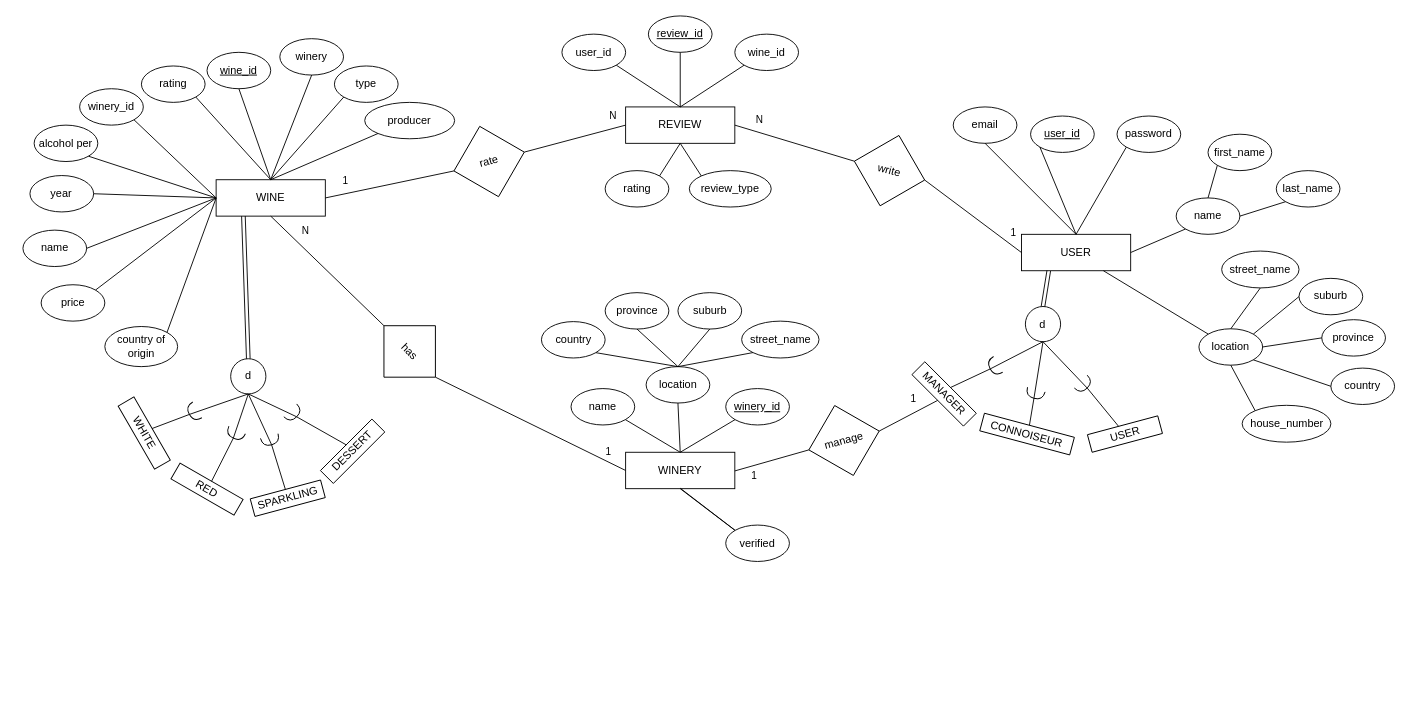
GeekGurusUnion/221-PA5 keeps this draw.io diagram as documents/Task2(EER).drawio. Above is the earlier version. Source tidied: cells renumbered, new cells numbered last; positions are measured from the earlier drawing's top-left corner, leaving out a move shared by most shapes. Both pictures are drawn from the tidied source at 91%, with x=0, y=0 at pixel (23, 15).
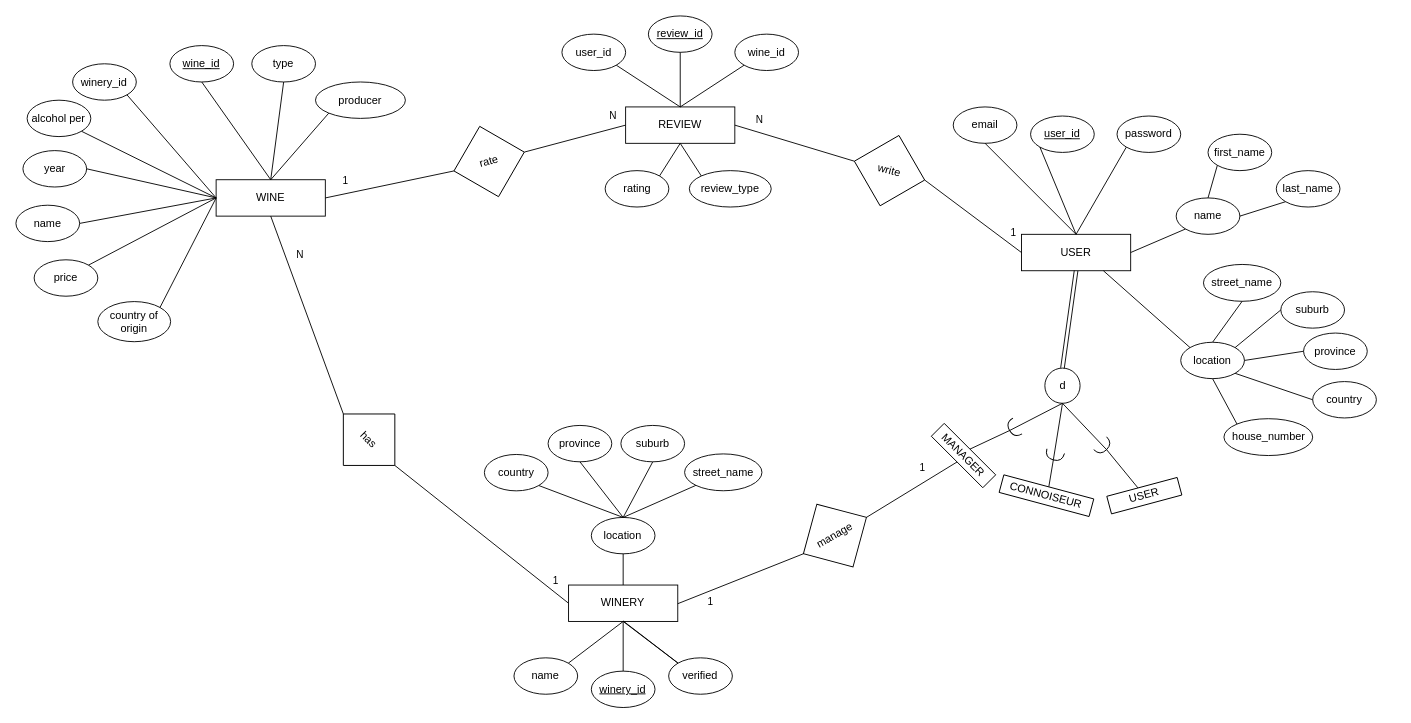
The same diagram, later.

The change refers to these unchanged cells:
```xml
<mxCell id="2" value="WINE" style="rounded=0;whiteSpace=wrap;html=1;" parent="1" vertex="1">
  <mxGeometry x="212" y="180" width="120" height="40" as="geometry" />
</mxCell>
<mxCell id="11" value="USER" style="rounded=0;whiteSpace=wrap;html=1;" parent="1" vertex="1">
  <mxGeometry x="1097" y="240" width="120" height="40" as="geometry" />
</mxCell>
```

Change to the diagram source:
```diff
@@
     <mxCell id="3" value="&lt;u&gt;wine_id&lt;/u&gt;" style="ellipse;whiteSpace=wrap;html=1;" parent="1" vertex="1">
-      <mxGeometry x="202" y="40" width="70" height="40" as="geometry" />
+      <mxGeometry x="161.2" y="32.6" width="70" height="40" as="geometry" />
     </mxCell>
@@
     <mxCell id="5" value="type" style="ellipse;whiteSpace=wrap;html=1;" parent="1" vertex="1">
-      <mxGeometry x="342" y="55" width="70" height="40" as="geometry" />
+      <mxGeometry x="251.2" y="32.6" width="70" height="40" as="geometry" />
     </mxCell>
-    <mxCell id="6" style="endArrow=none;html=1;rounded=0;entryX=0;entryY=1;entryDx=0;entryDy=0;exitX=0.5;exitY=0;exitDx=0;exitDy=0;" parent="1" edge="1" source="2" target="5">
+    <mxCell id="6" style="endArrow=none;html=1;rounded=0;entryX=0.5;entryY=1;entryDx=0;entryDy=0;exitX=0.5;exitY=0;exitDx=0;exitDy=0;" parent="1" edge="1" source="2" target="5">
       <mxGeometry relative="1" as="geometry" />
     </mxCell>
     <mxCell id="7" value="name" style="ellipse;whiteSpace=wrap;html=1;" parent="1" vertex="1">
-      <mxGeometry x="-0.3" y="235.4" width="70" height="40" as="geometry" />
+      <mxGeometry x="-8" y="208" width="70" height="40" as="geometry" />
     </mxCell>
@@
-    <mxCell id="9" value="rating" style="ellipse;whiteSpace=wrap;html=1;" parent="1" vertex="1">
-      <mxGeometry x="129.9" y="55" width="70" height="40" as="geometry" />
-    </mxCell>
-    <mxCell id="10" style="endArrow=none;html=1;rounded=0;entryX=1;entryY=1;entryDx=0;entryDy=0;exitX=0.5;exitY=0;exitDx=0;exitDy=0;" parent="1" edge="1" source="2" target="9">
-      <mxGeometry relative="1" as="geometry" />
-    </mxCell>
@@
     <mxCell id="22" value="has" style="rhombus;whiteSpace=wrap;html=1;rotation=45;" parent="1" vertex="1">
-      <mxGeometry x="384.7" y="328.7" width="80" height="80" as="geometry" />
+      <mxGeometry x="340.1" y="425.7" width="80" height="80" as="geometry" />
     </mxCell>
@@
     <mxCell id="25" value="WINERY" style="rounded=0;whiteSpace=wrap;html=1;" parent="1" vertex="1">
-      <mxGeometry x="662" y="479.5" width="120" height="40" as="geometry" />
+      <mxGeometry x="599.3" y="625.4" width="120" height="40" as="geometry" />
     </mxCell>
     <mxCell id="26" value="&lt;u&gt;winery_id&lt;/u&gt;" style="ellipse;whiteSpace=wrap;html=1;" parent="1" vertex="1">
-      <mxGeometry x="772" y="409.5" width="70" height="40" as="geometry" />
+      <mxGeometry x="624.3" y="720" width="70" height="40" as="geometry" />
     </mxCell>
-    <mxCell id="27" style="endArrow=none;html=1;rounded=0;exitX=0.5;exitY=0;exitDx=0;exitDy=0;entryX=0;entryY=1;entryDx=0;entryDy=0;" parent="1" edge="1" source="25" target="26">
+    <mxCell id="27" style="endArrow=none;html=1;rounded=0;exitX=0.5;exitY=1;exitDx=0;exitDy=0;entryX=0.5;entryY=0;entryDx=0;entryDy=0;" parent="1" edge="1" source="25" target="26">
       <mxGeometry relative="1" as="geometry" />
     </mxCell>
     <mxCell id="28" value="location" style="ellipse;whiteSpace=wrap;html=1;" parent="1" vertex="1">
-      <mxGeometry x="684.5" y="385.4" width="70" height="40" as="geometry" />
+      <mxGeometry x="624.3" y="551.1" width="70" height="40" as="geometry" />
     </mxCell>
@@
     <mxCell id="30" value="verified" style="ellipse;whiteSpace=wrap;html=1;" parent="1" vertex="1">
-      <mxGeometry x="772" y="559.5" width="70" height="40" as="geometry" />
+      <mxGeometry x="709.3" y="705.4" width="70" height="40" as="geometry" />
     </mxCell>
     <mxCell id="31" value="name" style="ellipse;whiteSpace=wrap;html=1;" parent="1" vertex="1">
-      <mxGeometry x="602" y="409.5" width="70" height="40" as="geometry" />
+      <mxGeometry x="539.3" y="705.4" width="70" height="40" as="geometry" />
     </mxCell>
-    <mxCell id="32" style="endArrow=none;html=1;rounded=0;entryX=1;entryY=1;entryDx=0;entryDy=0;exitX=0.5;exitY=0;exitDx=0;exitDy=0;" parent="1" edge="1" source="25" target="31">
+    <mxCell id="32" style="endArrow=none;html=1;rounded=0;entryX=1;entryY=0;entryDx=0;entryDy=0;exitX=0.5;exitY=1;exitDx=0;exitDy=0;" parent="1" edge="1" source="25" target="31">
       <mxGeometry relative="1" as="geometry" />
     </mxCell>
@@
-    <mxCell id="49" value="WHITE" style="rounded=0;whiteSpace=wrap;html=1;rotation=60;" parent="1" vertex="1">
-      <mxGeometry x="93" y="448.4" width="80" height="20" as="geometry" />
-    </mxCell>
-    <mxCell id="50" value="RED" style="rounded=0;whiteSpace=wrap;html=1;rotation=30;" parent="1" vertex="1">
-      <mxGeometry x="162" y="510" width="80" height="20" as="geometry" />
-    </mxCell>
-    <mxCell id="51" value="SPARKLING" style="rounded=0;whiteSpace=wrap;html=1;rotation=-15;" parent="1" vertex="1">
-      <mxGeometry x="250.7" y="520" width="80" height="20" as="geometry" />
-    </mxCell>
     <mxCell id="52" value="year" style="ellipse;whiteSpace=wrap;html=1;" parent="1" vertex="1">
-      <mxGeometry x="7.4" y="175.4" width="70" height="40" as="geometry" />
+      <mxGeometry x="-0.3" y="148" width="70" height="40" as="geometry" />
     </mxCell>
@@
     <mxCell id="54" value="location" style="ellipse;whiteSpace=wrap;html=1;" parent="1" vertex="1">
-      <mxGeometry x="1292" y="343.8" width="70" height="40" as="geometry" />
+      <mxGeometry x="1272" y="358.6" width="70" height="40" as="geometry" />
     </mxCell>
@@
     <mxCell id="56" value="street_name" style="ellipse;whiteSpace=wrap;html=1;" parent="1" vertex="1">
-      <mxGeometry x="1317" y="258.4" width="85" height="40.5" as="geometry" />
+      <mxGeometry x="1297" y="273.1" width="85" height="40.5" as="geometry" />
     </mxCell>
@@
     <mxCell id="58" value="suburb" style="ellipse;whiteSpace=wrap;html=1;" parent="1" vertex="1">
-      <mxGeometry x="1402" y="288.4" width="70" height="40" as="geometry" />
+      <mxGeometry x="1382" y="303.1" width="70" height="40" as="geometry" />
     </mxCell>
@@
     <mxCell id="60" value="province" style="ellipse;whiteSpace=wrap;html=1;" parent="1" vertex="1">
-      <mxGeometry x="1427" y="333.8" width="70" height="40" as="geometry" />
+      <mxGeometry x="1407" y="348.5" width="70" height="40" as="geometry" />
     </mxCell>
     <mxCell id="61" value="country" style="ellipse;whiteSpace=wrap;html=1;" parent="1" vertex="1">
-      <mxGeometry x="1437" y="387" width="70" height="40" as="geometry" />
+      <mxGeometry x="1417" y="401.8" width="70" height="40" as="geometry" />
     </mxCell>
@@
     <mxCell id="64" value="street_name" style="ellipse;whiteSpace=wrap;html=1;" parent="1" vertex="1">
-      <mxGeometry x="789.5" y="335.4" width="85" height="40.5" as="geometry" />
+      <mxGeometry x="726.8" y="481.3" width="85" height="40.5" as="geometry" />
     </mxCell>
     <mxCell id="65" value="suburb" style="ellipse;whiteSpace=wrap;html=1;" parent="1" vertex="1">
-      <mxGeometry x="719.5" y="304.1" width="70" height="40" as="geometry" />
+      <mxGeometry x="656.8" y="450" width="70" height="40" as="geometry" />
     </mxCell>
     <mxCell id="66" value="province" style="ellipse;whiteSpace=wrap;html=1;" parent="1" vertex="1">
-      <mxGeometry x="639.5" y="304.1" width="70" height="40" as="geometry" />
+      <mxGeometry x="576.8" y="450" width="70" height="40" as="geometry" />
     </mxCell>
     <mxCell id="67" value="country" style="ellipse;whiteSpace=wrap;html=1;" parent="1" vertex="1">
-      <mxGeometry x="569.5" y="335.9" width="70" height="40" as="geometry" />
+      <mxGeometry x="506.8" y="481.9" width="70" height="40" as="geometry" />
     </mxCell>
@@
     <mxCell id="72" value="house_number" style="ellipse;whiteSpace=wrap;html=1;" parent="1" vertex="1">
-      <mxGeometry x="1339.5" y="427.9" width="97.5" height="40.5" as="geometry" />
+      <mxGeometry x="1319.5" y="442.6" width="97.5" height="40.5" as="geometry" />
     </mxCell>
@@
     <mxCell id="74" value="producer" style="ellipse;whiteSpace=wrap;html=1;" parent="1" vertex="1">
-      <mxGeometry x="375.3" y="95" width="98.8" height="40" as="geometry" />
+      <mxGeometry x="321.2" y="72.6" width="98.8" height="40" as="geometry" />
     </mxCell>
@@
     <mxCell id="76" value="country of origin" style="ellipse;whiteSpace=wrap;html=1;" parent="1" vertex="1">
-      <mxGeometry x="89.7" y="341.3" width="80" height="44.1" as="geometry" />
+      <mxGeometry x="82" y="313.9" width="80" height="44.1" as="geometry" />
     </mxCell>
@@
     <mxCell id="78" value="price" style="ellipse;whiteSpace=wrap;html=1;" parent="1" vertex="1">
-      <mxGeometry x="19.7" y="295.4" width="70" height="40" as="geometry" />
+      <mxGeometry x="12" y="268" width="70" height="40" as="geometry" />
     </mxCell>
@@
     <mxCell id="80" value="alcohol per" style="ellipse;whiteSpace=wrap;html=1;" parent="1" vertex="1">
-      <mxGeometry x="12" y="120" width="70" height="40" as="geometry" />
+      <mxGeometry x="4.3" y="92.6" width="70" height="40" as="geometry" />
     </mxCell>
@@
-    <mxCell id="82" value="DESSERT" style="rounded=0;whiteSpace=wrap;html=1;rotation=-45;" parent="1" vertex="1">
-      <mxGeometry x="322" y="468.4" width="80" height="20" as="geometry" />
-    </mxCell>
@@
     <mxCell id="86" value="CONNOISEUR" style="rounded=0;whiteSpace=wrap;html=1;rotation=15;" parent="1" vertex="1">
-      <mxGeometry x="1052" y="449.5" width="102.3" height="20" as="geometry" />
+      <mxGeometry x="1073.3" y="517.2" width="102.3" height="20" as="geometry" />
     </mxCell>
     <mxCell id="87" value="MANAGER" style="rounded=0;whiteSpace=wrap;html=1;rotation=45;" parent="1" vertex="1">
-      <mxGeometry x="972" y="405.4" width="80" height="20" as="geometry" />
+      <mxGeometry x="993.3" y="473.1" width="80" height="20" as="geometry" />
     </mxCell>
     <mxCell id="88" value="USER" style="rounded=0;whiteSpace=wrap;html=1;rotation=-15;" parent="1" vertex="1">
-      <mxGeometry x="1170.7" y="449.5" width="80" height="20" as="geometry" />
+      <mxGeometry x="1192" y="517.2" width="80" height="20" as="geometry" />
     </mxCell>
     <mxCell id="89" style="endArrow=none;html=1;rounded=0;entryX=0;entryY=0;entryDx=0;entryDy=0;exitX=0.5;exitY=1;exitDx=0;exitDy=0;" parent="1" edge="1">
       <mxGeometry relative="1" as="geometry">
-        <mxPoint x="722" y="519" as="sourcePoint" />
-        <mxPoint x="782" y="565" as="targetPoint" />
+        <mxPoint x="659.3" y="664.9" as="sourcePoint" />
+        <mxPoint x="719.3" y="710.9" as="targetPoint" />
       </mxGeometry>
     </mxCell>
@@
     <mxCell id="94" value="d" style="ellipse;whiteSpace=wrap;html=1;" parent="1" vertex="1">
-      <mxGeometry x="1101.3" y="319.3" width="38.7" height="38.7" as="geometry" />
+      <mxGeometry x="1122.7" y="387" width="38.7" height="38.7" as="geometry" />
     </mxCell>
     <mxCell id="95" style="shape=requiredInterface;html=1;verticalLabelPosition=bottom;sketch=0;rotation=45;" parent="1" vertex="1">
-      <mxGeometry x="1160.7" y="395.4" width="10" height="20" as="geometry" />
+      <mxGeometry x="1182" y="463.1" width="10" height="20" as="geometry" />
     </mxCell>
@@
     <mxCell id="97" style="shape=requiredInterface;html=1;verticalLabelPosition=bottom;sketch=0;rotation=105;" parent="1" vertex="1">
-      <mxGeometry x="1107" y="405.4" width="10" height="20" as="geometry" />
+      <mxGeometry x="1128.3" y="473.1" width="10" height="20" as="geometry" />
     </mxCell>
@@
     <mxCell id="99" style="shape=requiredInterface;html=1;verticalLabelPosition=bottom;sketch=0;rotation=-210;" parent="1" vertex="1">
-      <mxGeometry x="1062" y="375.4" width="10" height="20" as="geometry" />
+      <mxGeometry x="1083.3" y="443.1" width="10" height="20" as="geometry" />
     </mxCell>
@@
-    <mxCell id="101" style="shape=link;html=1;rounded=0;exitX=0.25;exitY=1;exitDx=0;exitDy=0;entryX=0.5;entryY=0;entryDx=0;entryDy=0;" parent="1" edge="1" source="11" target="94">
+    <mxCell id="101" style="shape=link;html=1;rounded=0;exitX=0.5;exitY=1;exitDx=0;exitDy=0;entryX=0.5;entryY=0;entryDx=0;entryDy=0;" parent="1" edge="1" source="11" target="94">
       <mxGeometry relative="1" as="geometry" />
     </mxCell>
@@
-    <mxCell id="103" value="manage" style="rhombus;whiteSpace=wrap;html=1;rotation=-15;" parent="1" vertex="1">
-      <mxGeometry x="862" y="426.8" width="80" height="79.5" as="geometry" />
+    <mxCell id="103" value="manage" style="rhombus;whiteSpace=wrap;html=1;rotation=-30;" parent="1" vertex="1">
+      <mxGeometry x="852" y="531.3" width="80" height="79.5" as="geometry" />
     </mxCell>
     <mxCell id="104" value="1" style="endArrow=none;html=1;rounded=0;entryX=0;entryY=0.5;entryDx=0;entryDy=0;" parent="1" edge="1" target="103">
       <mxGeometry x="-0.54" y="-11" relative="1" as="geometry">
-        <mxPoint x="782" y="500" as="sourcePoint" />
+        <mxPoint x="719.3" y="645.9" as="sourcePoint" />
       </mxGeometry>
     </mxCell>
     <mxCell id="105" value="winery_id" style="ellipse;whiteSpace=wrap;html=1;" parent="1" vertex="1">
-      <mxGeometry x="62" y="80" width="70" height="40" as="geometry" />
+      <mxGeometry x="54.3" y="52.6" width="70" height="40" as="geometry" />
     </mxCell>
@@
-    <mxCell id="107" value="winery" style="ellipse;whiteSpace=wrap;html=1;" parent="1" vertex="1">
-      <mxGeometry x="282" y="25" width="70" height="40" as="geometry" />
-    </mxCell>
-    <mxCell id="108" style="endArrow=none;html=1;rounded=0;entryX=0.5;entryY=1;entryDx=0;entryDy=0;exitX=0.5;exitY=0;exitDx=0;exitDy=0;" parent="1" edge="1" source="2" target="107">
-      <mxGeometry relative="1" as="geometry" />
-    </mxCell>
-    <mxCell id="109" style="endArrow=none;html=1;rounded=0;exitX=1;exitY=0.5;exitDx=0;exitDy=0;entryX=0.5;entryY=0;entryDx=0;entryDy=0;exitPerimeter=0;" parent="1" edge="1" source="117" target="49">
-      <mxGeometry relative="1" as="geometry" />
-    </mxCell>
-    <mxCell id="110" style="endArrow=none;html=1;rounded=0;entryX=0.5;entryY=0;entryDx=0;entryDy=0;exitX=1;exitY=0.5;exitDx=0;exitDy=0;exitPerimeter=0;" parent="1" edge="1" source="115" target="51">
-      <mxGeometry relative="1" as="geometry" />
-    </mxCell>
-    <mxCell id="111" style="endArrow=none;html=1;rounded=0;exitX=0.5;exitY=1;exitDx=0;exitDy=0;entryX=1;entryY=0.5;entryDx=0;entryDy=0;entryPerimeter=0;" parent="1" edge="1" source="112" target="113">
-      <mxGeometry relative="1" as="geometry" />
-    </mxCell>
-    <mxCell id="112" value="d" style="ellipse;whiteSpace=wrap;html=1;" parent="1" vertex="1">
-      <mxGeometry x="228" y="376.7" width="38.7" height="38.7" as="geometry" />
-    </mxCell>
-    <mxCell id="113" style="shape=requiredInterface;html=1;verticalLabelPosition=bottom;sketch=0;rotation=45;" parent="1" vertex="1">
-      <mxGeometry x="292" y="427" width="10" height="20" as="geometry" />
-    </mxCell>
-    <mxCell id="114" style="endArrow=none;html=1;rounded=0;entryX=1;entryY=0.5;entryDx=0;entryDy=0;exitX=0.5;exitY=1;exitDx=0;exitDy=0;entryPerimeter=0;" parent="1" edge="1" source="112" target="115">
-      <mxGeometry relative="1" as="geometry" />
-    </mxCell>
-    <mxCell id="115" style="shape=requiredInterface;html=1;verticalLabelPosition=bottom;sketch=0;rotation=75;" parent="1" vertex="1">
-      <mxGeometry x="266.7" y="456.5" width="10" height="20" as="geometry" />
-    </mxCell>
-    <mxCell id="116" style="endArrow=none;html=1;rounded=0;exitX=0.5;exitY=1;exitDx=0;exitDy=0;entryX=1;entryY=0.5;entryDx=0;entryDy=0;entryPerimeter=0;" parent="1" edge="1" source="112" target="117">
-      <mxGeometry relative="1" as="geometry" />
-    </mxCell>
-    <mxCell id="117" style="shape=requiredInterface;html=1;verticalLabelPosition=bottom;sketch=0;rotation=-210;" parent="1" vertex="1">
-      <mxGeometry x="182" y="425.4" width="10" height="20" as="geometry" />
-    </mxCell>
-    <mxCell id="118" style="endArrow=none;html=1;rounded=0;exitX=1;exitY=0.5;exitDx=0;exitDy=0;exitPerimeter=0;entryX=0.5;entryY=0;entryDx=0;entryDy=0;" parent="1" edge="1" source="113" target="82">
-      <mxGeometry relative="1" as="geometry" />
-    </mxCell>
-    <mxCell id="119" style="shape=link;html=1;rounded=0;exitX=0.25;exitY=1;exitDx=0;exitDy=0;entryX=0.5;entryY=0;entryDx=0;entryDy=0;" parent="1" edge="1" source="2" target="112">
-      <mxGeometry relative="1" as="geometry" />
-    </mxCell>
-    <mxCell id="120" style="endArrow=none;html=1;rounded=0;entryX=0.5;entryY=0;entryDx=0;entryDy=0;exitX=1;exitY=0.5;exitDx=0;exitDy=0;exitPerimeter=0;" parent="1" edge="1" source="122" target="50">
-      <mxGeometry relative="1" as="geometry" />
-    </mxCell>
-    <mxCell id="121" style="endArrow=none;html=1;rounded=0;entryX=1;entryY=0.5;entryDx=0;entryDy=0;exitX=0.5;exitY=1;exitDx=0;exitDy=0;entryPerimeter=0;" parent="1" edge="1" source="112" target="122">
-      <mxGeometry relative="1" as="geometry" />
-    </mxCell>
-    <mxCell id="122" style="shape=requiredInterface;html=1;verticalLabelPosition=bottom;sketch=0;rotation=115;" parent="1" vertex="1">
-      <mxGeometry x="228" y="449.5" width="10" height="20" as="geometry" />
-    </mxCell>
```
